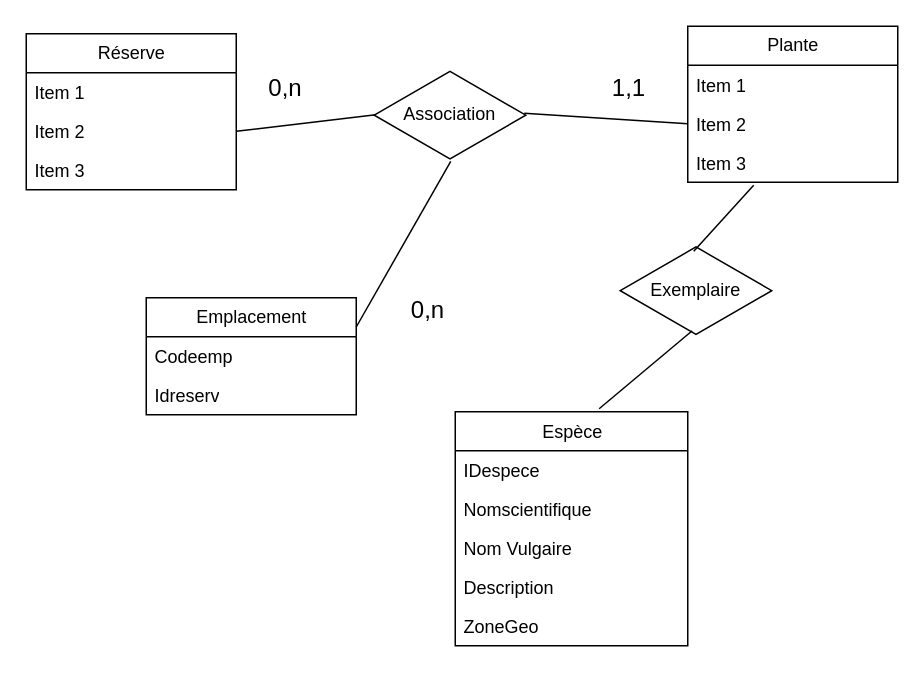
The draw.io diagram SAE3/Untitled Diagram.drawio in korasrar/Work, before the edit. Source tidied: cells renumbered, new cells numbered last; positions are measured from the earlier drawing's top-left corner, leaving out a move shared by most shapes. Both pictures are drawn from the tidied source at 150%, with x=0, y=0 at pixel (26, 26).
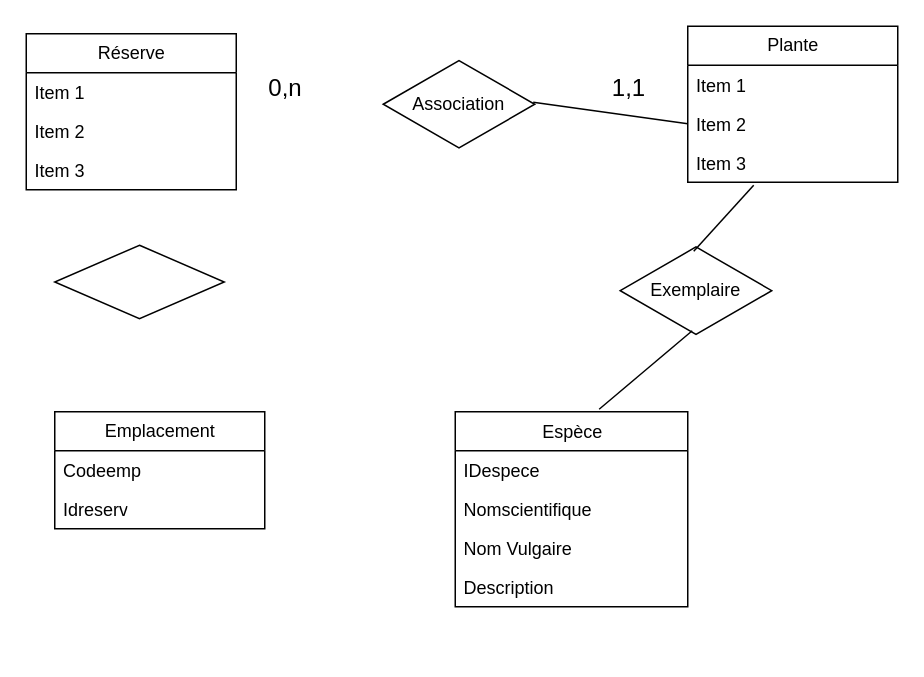
The same diagram, later.

Commit message:
Mettre à jour Untitled Diagram.drawio

Unchanged cells that the change refers to:
```xml
<mxCell id="5" value="Item 2" style="text;strokeColor=none;fillColor=none;align=left;verticalAlign=top;spacingLeft=4;spacingRight=4;overflow=hidden;points=[[0,0.5],[1,0.5]];portConstraint=eastwest;whiteSpace=wrap;html=1;" parent="3" vertex="1">
  <mxGeometry y="52" width="140" height="26" as="geometry" />
</mxCell>
```

The edit, as a diff of the source:
```diff
@@
     <mxCell id="11" value="Association" style="html=1;whiteSpace=wrap;shape=isoRectangle;" parent="1" vertex="1">
-      <mxGeometry x="232" y="29" width="101" height="60.6" as="geometry" />
+      <mxGeometry x="238" y="21.7" width="101" height="60.6" as="geometry" />
     </mxCell>
-    <mxCell id="12" style="endArrow=none;html=1;rounded=0;fontSize=12;startSize=8;endSize=8;curved=1;entryX=0.01;entryY=0.495;entryDx=0;entryDy=0;entryPerimeter=0;exitX=1;exitY=0.5;exitDx=0;exitDy=0;" parent="1" edge="1" source="5" target="11">
-      <mxGeometry relative="1" as="geometry" />
-    </mxCell>
@@
     <mxCell id="14" value="Emplacement" style="swimlane;fontStyle=0;horizontal=1;startSize=26;fillColor=none;html=1;" parent="1" vertex="1">
-      <mxGeometry x="80" y="181" width="140" height="78" as="geometry" />
+      <mxGeometry x="19" y="257" width="140" height="78" as="geometry" />
     </mxCell>
@@
-    <mxCell id="18" style="endArrow=none;html=1;rounded=0;fontSize=12;startSize=8;endSize=8;curved=1;entryX=0.505;entryY=1.007;entryDx=0;entryDy=0;entryPerimeter=0;exitX=1;exitY=0.25;exitDx=0;exitDy=0;" parent="1" edge="1" source="14" target="11">
-      <mxGeometry relative="1" as="geometry" />
-    </mxCell>
-    <mxCell id="19" value="0,n" style="text;html=1;align=center;verticalAlign=middle;whiteSpace=wrap;rounded=0;fontSize=16;" parent="1" vertex="1">
-      <mxGeometry x="238" y="174" width="60" height="30" as="geometry" />
-    </mxCell>
@@
     <mxCell id="21" value="Espèce" style="swimlane;fontStyle=0;horizontal=1;startSize=26;fillColor=none;html=1;verticalAlign=top;" parent="1" vertex="1">
-      <mxGeometry x="286" y="257" width="155" height="156" as="geometry" />
+      <mxGeometry x="286" y="257" width="155" height="130" as="geometry" />
     </mxCell>
@@
-    <mxCell id="26" value="ZoneGeo" style="text;strokeColor=none;fillColor=none;align=left;verticalAlign=top;spacingLeft=4;spacingRight=4;overflow=hidden;whiteSpace=wrap;html=1;" parent="21" vertex="1">
-      <mxGeometry y="130" width="155" height="26" as="geometry" />
-    </mxCell>
@@
+    <mxCell id="30" style="rhombus;whiteSpace=wrap;html=1;" parent="1" vertex="1">
+      <mxGeometry x="19" y="146" width="113" height="49" as="geometry" />
+    </mxCell>
```
